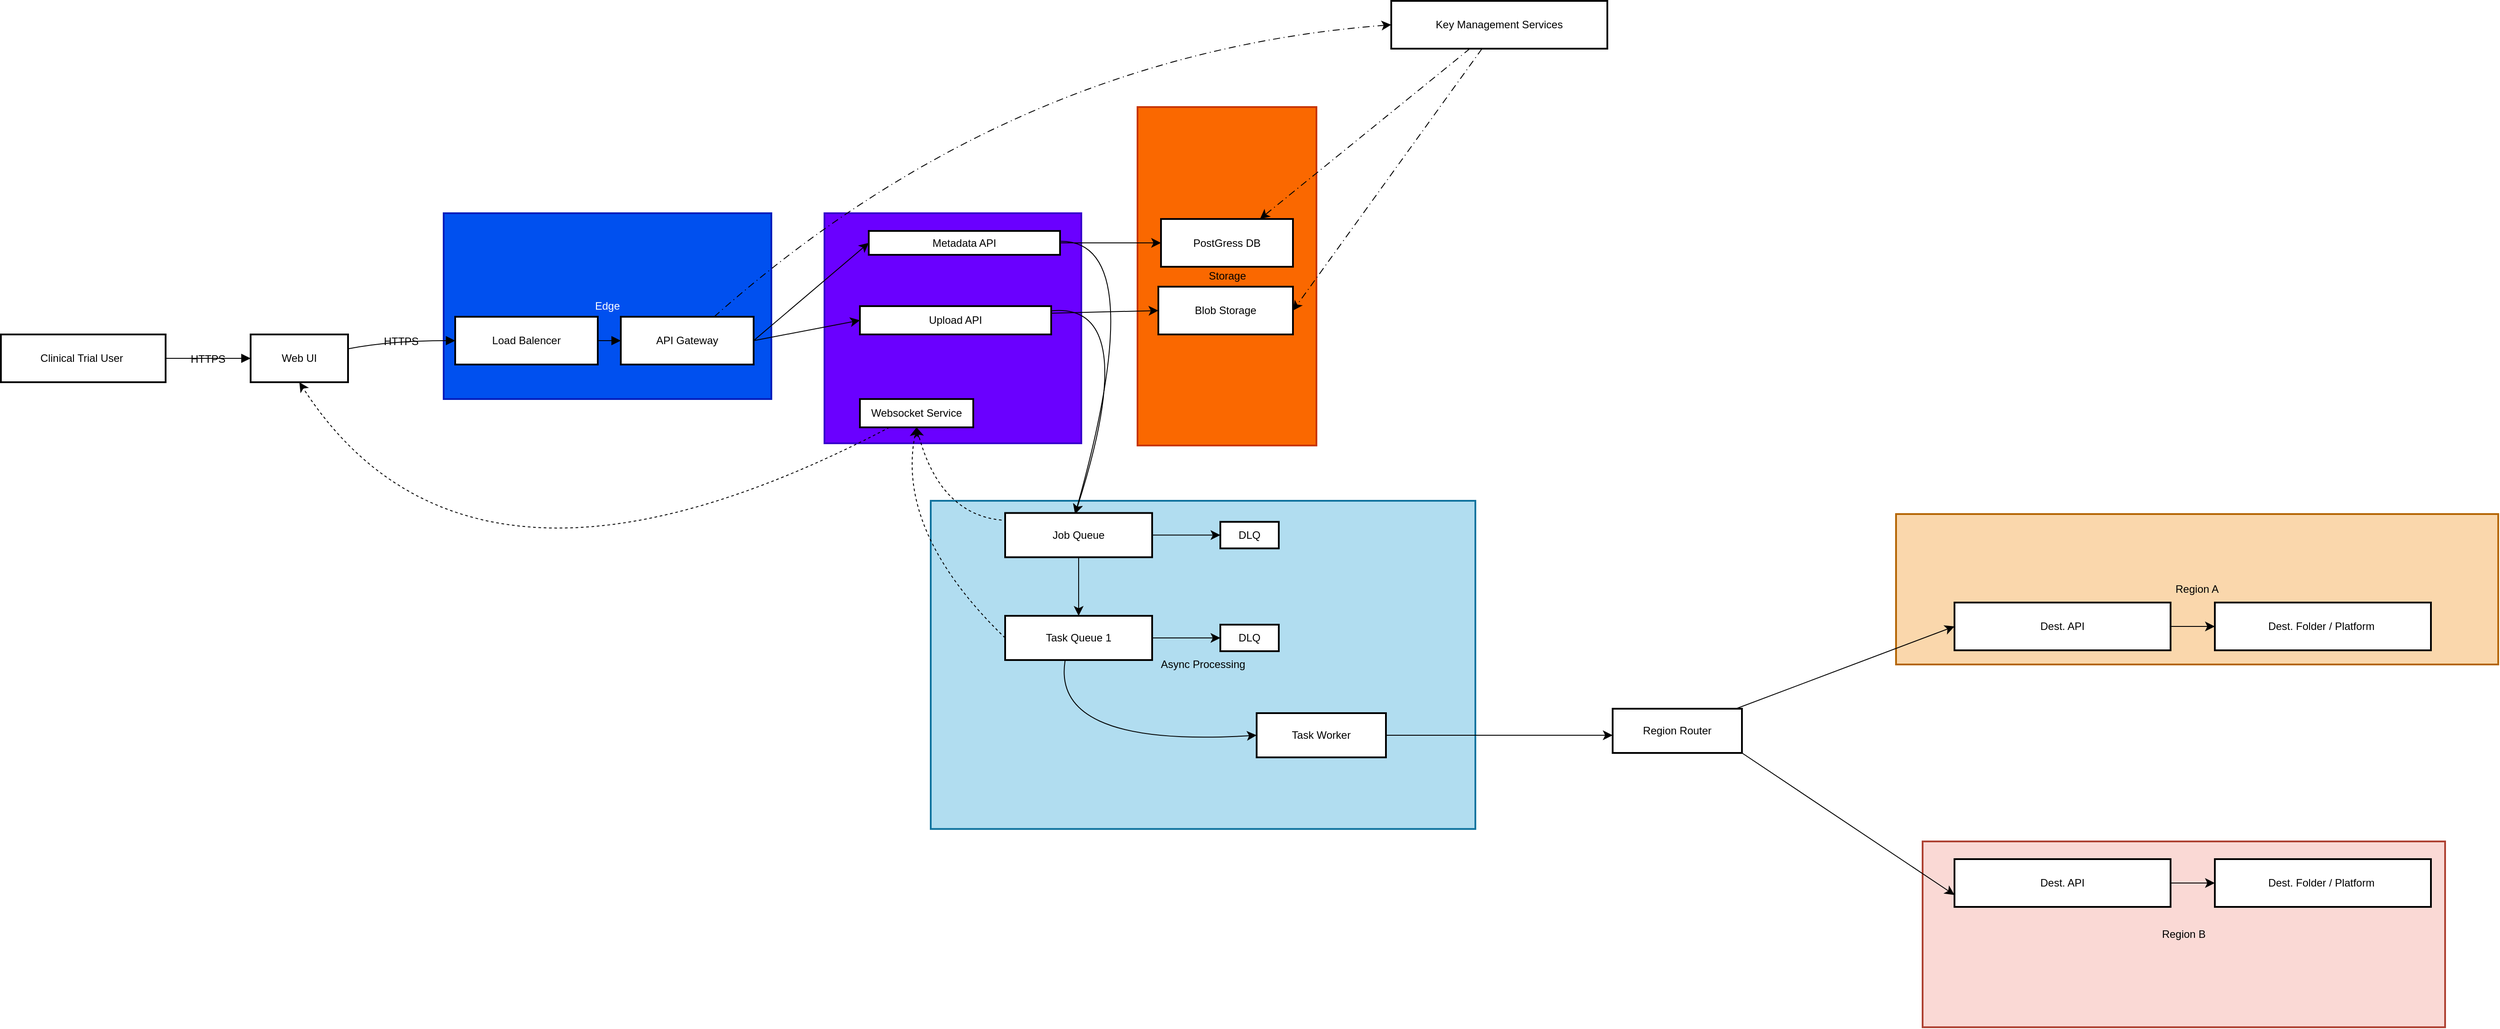
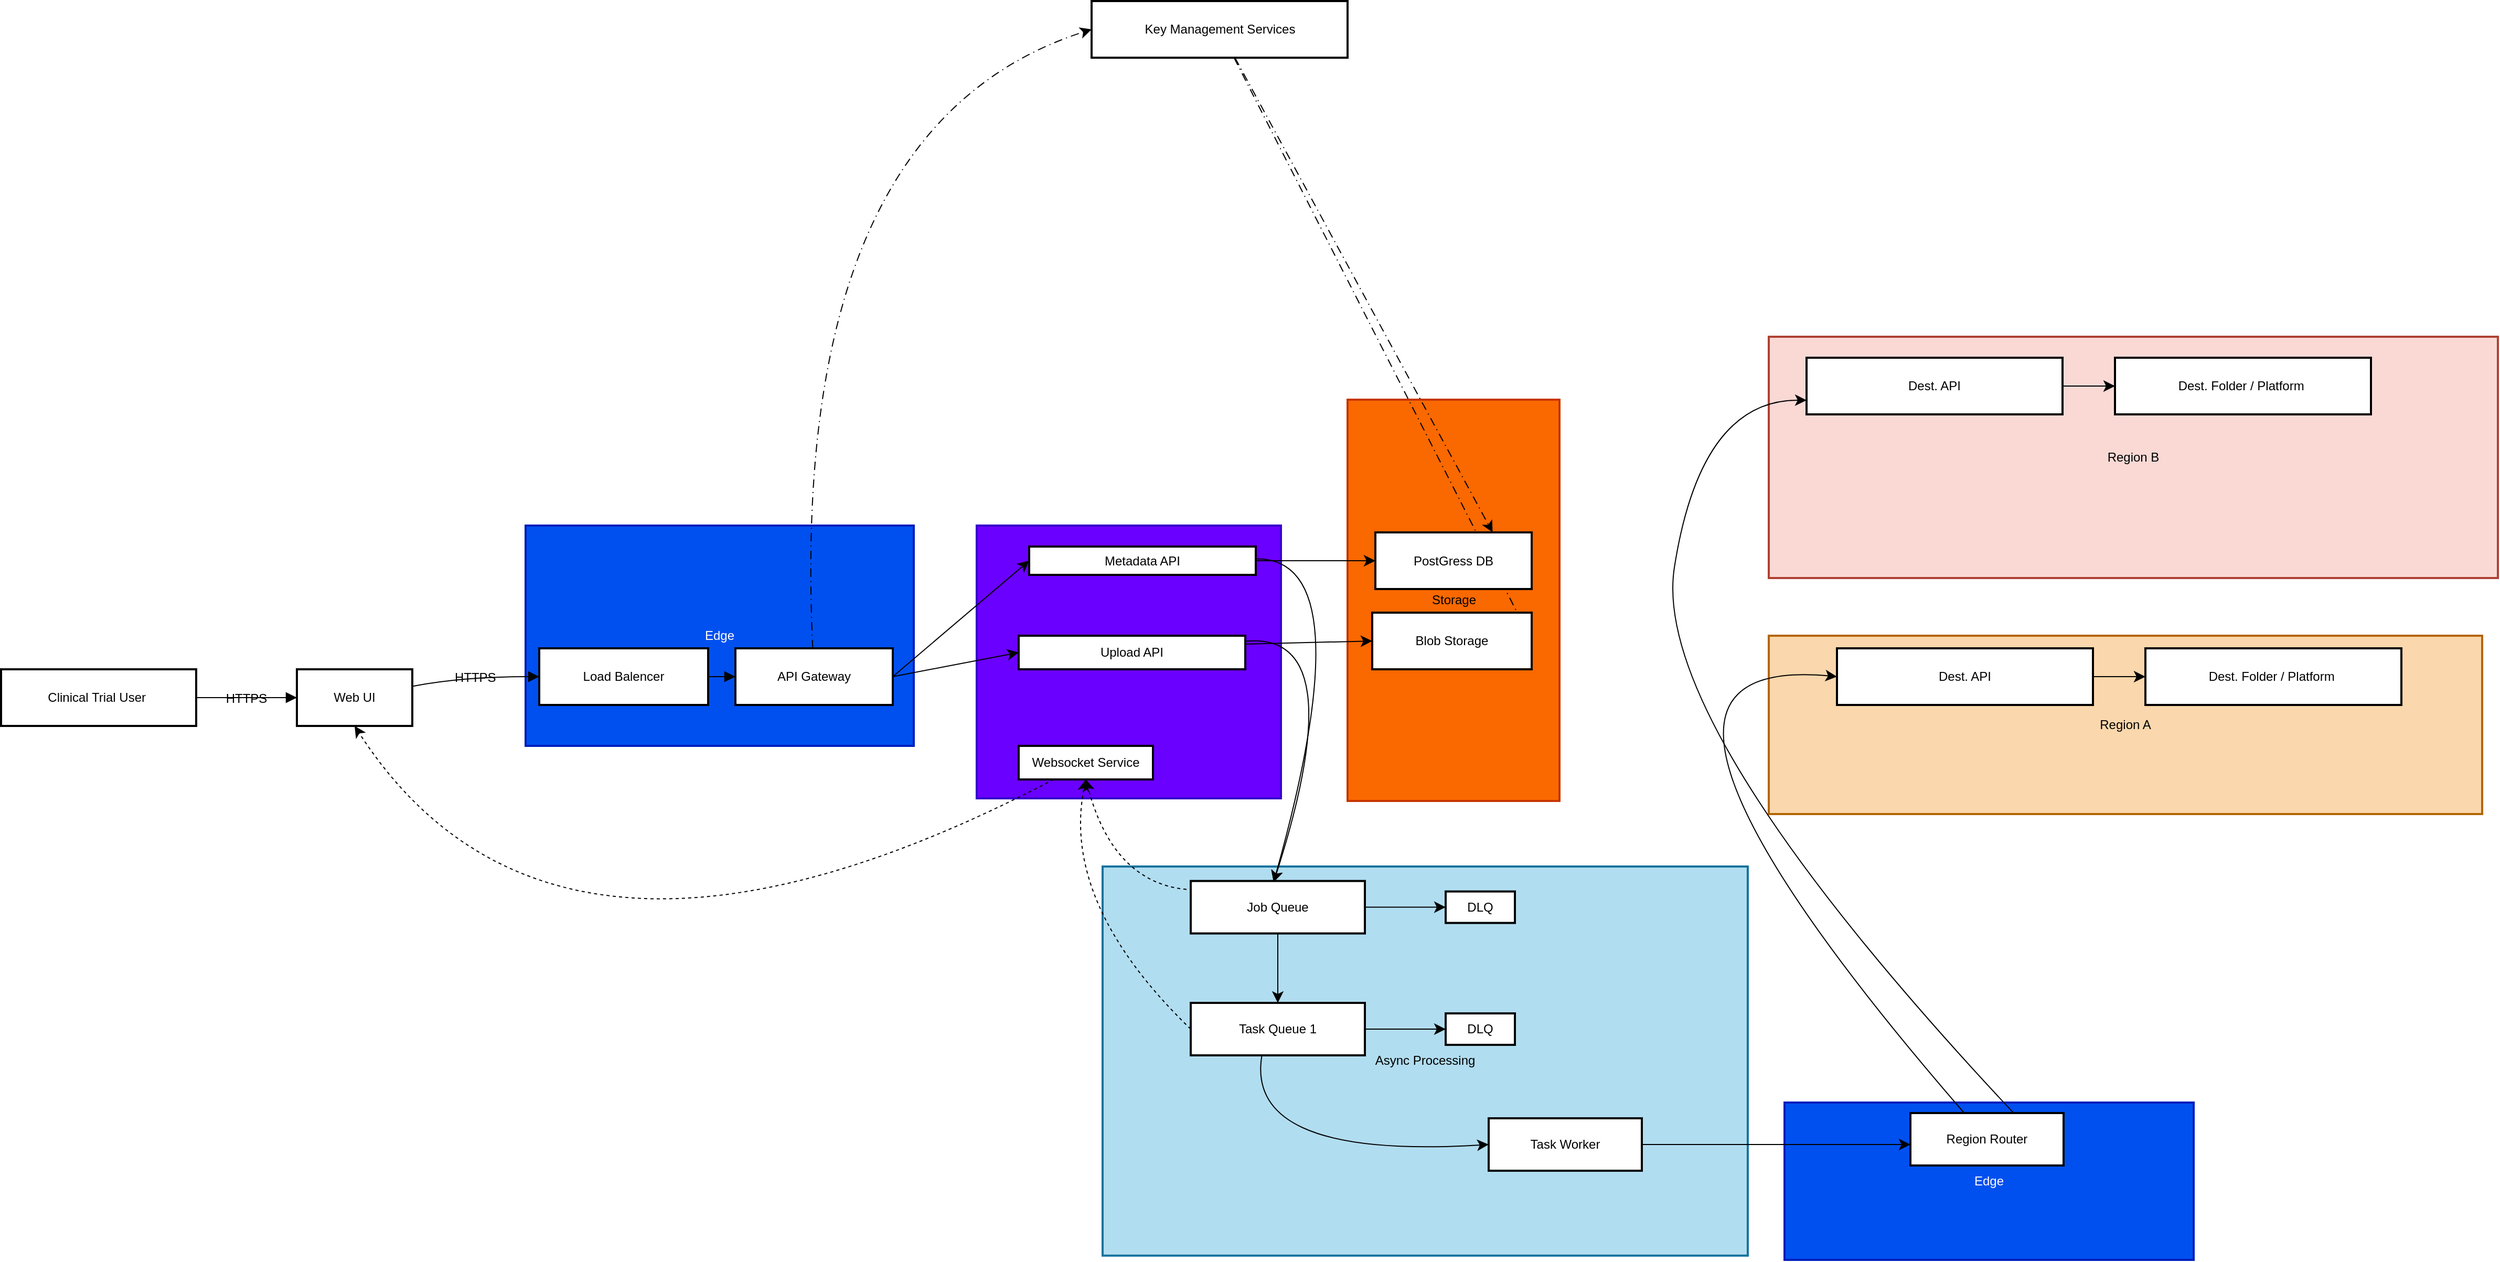
<mxfile host="app.diagrams.net">
  <diagram name="Overall-Diagram" id="Xauzskn0iYLa3f8TggF1">
-     <mxGraphModel dx="1900" dy="2161" grid="1" gridSize="10" guides="1" tooltips="1" connect="1" arrows="1" fold="1" page="1" pageScale="1" pageWidth="850" pageHeight="1100" background="none" math="0" shadow="0">
+     <mxGraphModel dx="1091" dy="1843" grid="1" gridSize="10" guides="1" tooltips="1" connect="1" arrows="1" fold="1" page="1" pageScale="1" pageWidth="850" pageHeight="1100" background="none" math="0" shadow="0">
      <root>
        <mxCell id="0" />
        <mxCell id="1" parent="0" />
+         <mxCell id="ZxT0anLmeUN1lRlBXtKW-56" parent="1" style="whiteSpace=wrap;strokeWidth=2;rounded=0;labelBackgroundColor=none;fillColor=#0050ef;fontColor=#ffffff;strokeColor=#001DBC;" value="Edge" vertex="1">
+           <mxGeometry height="150" width="390" x="1800" y="590" as="geometry" />
+         </mxCell>
        <mxCell id="tPvMw2njpGqdJi2HAjV1-28" parent="1" style="whiteSpace=wrap;strokeWidth=2;rounded=0;labelBackgroundColor=none;fillColor=#fad9d5;strokeColor=#ae4132;" value="Region B" vertex="1">
-           <mxGeometry height="210" width="590" x="2270" y="750" as="geometry" />
+           <mxGeometry height="230" width="695" x="1785" y="-140" as="geometry" />
        </mxCell>
        <mxCell id="tPvMw2njpGqdJi2HAjV1-27" parent="1" style="whiteSpace=wrap;strokeWidth=2;rounded=0;labelBackgroundColor=none;fillColor=#fad7ac;strokeColor=#b46504;" value="Region A" vertex="1">
-           <mxGeometry height="170" width="680" x="2240" y="380" as="geometry" />
+           <mxGeometry height="170" width="680" x="1785" y="145" as="geometry" />
        </mxCell>
        <mxCell id="LGeiLnGPZ_kJypGg9XhN-2" parent="1" style="whiteSpace=wrap;strokeWidth=2;rounded=0;labelBackgroundColor=none;fillColor=#b1ddf0;strokeColor=#10739e;aspect=fixed;" value="Async Processing" vertex="1">
          <mxGeometry height="370.92" width="614.97" x="1150" y="365" as="geometry" />
        </mxCell>
        <mxCell id="LGeiLnGPZ_kJypGg9XhN-4" parent="1" style="whiteSpace=wrap;strokeWidth=2;rounded=0;labelBackgroundColor=none;fillColor=#6a00ff;fontColor=#ffffff;strokeColor=#3700CC;" value="API Services" vertex="1">
          <mxGeometry height="260" width="290" x="1030" y="40" as="geometry" />
        </mxCell>
        <mxCell id="LGeiLnGPZ_kJypGg9XhN-3" parent="1" style="whiteSpace=wrap;strokeWidth=2;rounded=0;labelBackgroundColor=none;fillColor=#fa6800;fontColor=#000000;strokeColor=#C73500;" value="Storage" vertex="1">
          <mxGeometry height="382.5" width="202" x="1383.5" y="-80" as="geometry" />
        </mxCell>
        <mxCell id="LGeiLnGPZ_kJypGg9XhN-5" parent="1" style="whiteSpace=wrap;strokeWidth=2;rounded=0;labelBackgroundColor=none;fillColor=#0050ef;fontColor=#ffffff;strokeColor=#001DBC;" value="Edge" vertex="1">
          <mxGeometry height="210" width="370" x="600" y="40" as="geometry" />
        </mxCell>
        <mxCell id="LGeiLnGPZ_kJypGg9XhN-6" parent="1" style="whiteSpace=wrap;strokeWidth=2;rounded=0;labelBackgroundColor=none;" value="Clinical Trial User " vertex="1">
          <mxGeometry height="54" width="186" x="100" y="177" as="geometry" />
        </mxCell>
        <mxCell id="LGeiLnGPZ_kJypGg9XhN-7" parent="1" style="whiteSpace=wrap;strokeWidth=2;rounded=0;labelBackgroundColor=none;" value="Web UI" vertex="1">
          <mxGeometry height="54" width="110" x="382" y="177" as="geometry" />
        </mxCell>
        <mxCell id="LGeiLnGPZ_kJypGg9XhN-8" parent="1" style="whiteSpace=wrap;strokeWidth=2;rounded=0;labelBackgroundColor=none;" value="Load Balencer" vertex="1">
          <mxGeometry height="54" width="161" x="613" y="157" as="geometry" />
        </mxCell>
        <mxCell id="ijDLy2rUQYNMrnhEq9o_-15" edge="1" parent="1" source="LGeiLnGPZ_kJypGg9XhN-9" style="edgeStyle=none;curved=1;rounded=0;orthogonalLoop=1;jettySize=auto;html=1;fontSize=12;startSize=8;endSize=8;entryX=0;entryY=0.5;entryDx=0;entryDy=0;labelBackgroundColor=none;fontColor=default;exitX=1;exitY=0.5;exitDx=0;exitDy=0;" target="LGeiLnGPZ_kJypGg9XhN-10">
          <mxGeometry relative="1" as="geometry">
            <mxPoint x="1059.9999999999998" y="229.99999999999977" as="targetPoint" />
          </mxGeometry>
        </mxCell>
        <mxCell id="ijDLy2rUQYNMrnhEq9o_-17" edge="1" parent="1" source="LGeiLnGPZ_kJypGg9XhN-9" style="edgeStyle=none;curved=1;rounded=0;orthogonalLoop=1;jettySize=auto;html=1;entryX=0;entryY=0.5;entryDx=0;entryDy=0;fontSize=12;startSize=8;endSize=8;exitX=1;exitY=0.5;exitDx=0;exitDy=0;" target="LGeiLnGPZ_kJypGg9XhN-11">
          <mxGeometry relative="1" as="geometry">
            <mxPoint x="960" y="190" as="sourcePoint" />
          </mxGeometry>
        </mxCell>
        <mxCell id="tPvMw2njpGqdJi2HAjV1-17" edge="1" parent="1" source="LGeiLnGPZ_kJypGg9XhN-9" style="edgeStyle=none;curved=1;rounded=0;orthogonalLoop=1;jettySize=auto;html=1;entryX=0;entryY=0.5;entryDx=0;entryDy=0;fontSize=12;startSize=8;endSize=8;dashed=1;dashPattern=8 4 1 4;" target="LGeiLnGPZ_kJypGg9XhN-20">
          <mxGeometry relative="1" as="geometry">
            <Array as="points">
-               <mxPoint x="1240" y="-140" />
+               <mxPoint x="850" y="-340" />
            </Array>
          </mxGeometry>
        </mxCell>
        <mxCell id="LGeiLnGPZ_kJypGg9XhN-9" parent="1" style="whiteSpace=wrap;strokeWidth=2;rounded=0;labelBackgroundColor=none;" value="API Gateway" vertex="1">
          <mxGeometry height="54" width="150" x="800" y="157" as="geometry" />
        </mxCell>
        <mxCell id="ijDLy2rUQYNMrnhEq9o_-19" edge="1" parent="1" source="LGeiLnGPZ_kJypGg9XhN-10" style="edgeStyle=none;curved=1;rounded=0;orthogonalLoop=1;jettySize=auto;html=1;entryX=0;entryY=0.5;entryDx=0;entryDy=0;fontSize=12;startSize=8;endSize=8;exitX=1;exitY=0.5;exitDx=0;exitDy=0;" target="LGeiLnGPZ_kJypGg9XhN-12">
          <mxGeometry relative="1" as="geometry" />
        </mxCell>
        <mxCell id="ZxT0anLmeUN1lRlBXtKW-1" edge="1" parent="1" source="LGeiLnGPZ_kJypGg9XhN-10" style="edgeStyle=none;curved=1;rounded=0;orthogonalLoop=1;jettySize=auto;html=1;entryX=0.5;entryY=0;entryDx=0;entryDy=0;fontSize=12;startSize=8;endSize=8;">
          <mxGeometry relative="1" as="geometry">
            <Array as="points">
              <mxPoint x="1400" y="70" />
            </Array>
            <mxPoint x="1313" y="380" as="targetPoint" />
          </mxGeometry>
        </mxCell>
        <mxCell id="LGeiLnGPZ_kJypGg9XhN-10" parent="1" style="whiteSpace=wrap;strokeWidth=2;rounded=0;labelBackgroundColor=none;" value="Metadata API" vertex="1">
          <mxGeometry height="27" width="216" x="1080" y="60" as="geometry" />
        </mxCell>
        <mxCell id="ijDLy2rUQYNMrnhEq9o_-12" edge="1" parent="1" source="LGeiLnGPZ_kJypGg9XhN-11" style="edgeStyle=none;curved=1;rounded=0;orthogonalLoop=1;jettySize=auto;html=1;entryX=0;entryY=0.5;entryDx=0;entryDy=0;fontSize=12;startSize=8;endSize=8;exitX=1;exitY=0.25;exitDx=0;exitDy=0;labelBackgroundColor=none;fontColor=default;" target="LGeiLnGPZ_kJypGg9XhN-13">
          <mxGeometry relative="1" as="geometry" />
        </mxCell>
        <mxCell id="ZxT0anLmeUN1lRlBXtKW-2" edge="1" parent="1" source="LGeiLnGPZ_kJypGg9XhN-11" style="edgeStyle=none;curved=1;rounded=0;orthogonalLoop=1;jettySize=auto;html=1;entryX=0.5;entryY=0;entryDx=0;entryDy=0;fontSize=12;startSize=8;endSize=8;">
          <mxGeometry relative="1" as="geometry">
            <Array as="points">
              <mxPoint x="1390" y="140" />
            </Array>
            <mxPoint x="1313" y="380" as="targetPoint" />
          </mxGeometry>
        </mxCell>
        <mxCell id="LGeiLnGPZ_kJypGg9XhN-11" parent="1" style="whiteSpace=wrap;strokeWidth=2;rounded=0;labelBackgroundColor=none;" value="Upload API" vertex="1">
          <mxGeometry height="32" width="216" x="1070" y="145" as="geometry" />
        </mxCell>
        <mxCell id="tPvMw2njpGqdJi2HAjV1-2" edge="1" parent="1" style="edgeStyle=none;curved=1;rounded=0;orthogonalLoop=1;jettySize=auto;html=1;fontSize=12;startSize=8;endSize=8;entryX=0.5;entryY=1;entryDx=0;entryDy=0;dashed=1;" target="LGeiLnGPZ_kJypGg9XhN-18">
          <mxGeometry relative="1" as="geometry">
            <Array as="points">
              <mxPoint x="1160" y="380" />
            </Array>
            <mxPoint x="1230" y="386.8627450980389" as="sourcePoint" />
            <mxPoint x="1150" y="490" as="targetPoint" />
          </mxGeometry>
        </mxCell>
        <mxCell id="tPvMw2njpGqdJi2HAjV1-30" edge="1" parent="1" source="ZxT0anLmeUN1lRlBXtKW-4" style="edgeStyle=none;curved=1;rounded=0;orthogonalLoop=1;jettySize=auto;html=1;entryX=0.5;entryY=1;entryDx=0;entryDy=0;fontSize=12;startSize=8;endSize=8;dashed=1;exitX=0;exitY=0.5;exitDx=0;exitDy=0;" target="LGeiLnGPZ_kJypGg9XhN-18">
          <mxGeometry relative="1" as="geometry">
            <Array as="points">
              <mxPoint x="1110" y="400" />
            </Array>
            <mxPoint x="1274.6623376623374" y="462" as="sourcePoint" />
          </mxGeometry>
        </mxCell>
        <mxCell id="tPvMw2njpGqdJi2HAjV1-18" edge="1" parent="1" source="LGeiLnGPZ_kJypGg9XhN-20" style="edgeStyle=none;curved=1;rounded=0;orthogonalLoop=1;jettySize=auto;html=1;entryX=0.75;entryY=0;entryDx=0;entryDy=0;fontSize=12;startSize=8;endSize=8;dashed=1;dashPattern=8 4 1 4;" target="LGeiLnGPZ_kJypGg9XhN-12">
          <mxGeometry relative="1" as="geometry" />
        </mxCell>
        <mxCell id="tPvMw2njpGqdJi2HAjV1-19" edge="1" parent="1" source="LGeiLnGPZ_kJypGg9XhN-20" style="edgeStyle=none;curved=1;rounded=0;orthogonalLoop=1;jettySize=auto;html=1;entryX=1;entryY=0.5;entryDx=0;entryDy=0;fontSize=12;startSize=8;endSize=8;dashed=1;dashPattern=8 4 1 4;" target="LGeiLnGPZ_kJypGg9XhN-13">
          <mxGeometry relative="1" as="geometry" />
        </mxCell>
        <mxCell id="LGeiLnGPZ_kJypGg9XhN-20" parent="1" style="whiteSpace=wrap;strokeWidth=2;rounded=0;labelBackgroundColor=none;" value="Key Management Services" vertex="1">
-           <mxGeometry height="54" width="244" x="1670" y="-200" as="geometry" />
+           <mxGeometry height="54" width="244" x="1139.5" y="-460" as="geometry" />
        </mxCell>
        <mxCell id="LGeiLnGPZ_kJypGg9XhN-23" edge="1" parent="1" source="LGeiLnGPZ_kJypGg9XhN-6" style="curved=1;startArrow=none;endArrow=block;exitX=1;exitY=0.5;entryX=0;entryY=0.5;rounded=0;fontSize=12;startSize=8;endSize=8;labelBackgroundColor=none;fontColor=default;" target="LGeiLnGPZ_kJypGg9XhN-7" value="HTTPS">
          <mxGeometry relative="1" as="geometry">
            <Array as="points" />
          </mxGeometry>
        </mxCell>
        <mxCell id="LGeiLnGPZ_kJypGg9XhN-24" edge="1" parent="1" source="LGeiLnGPZ_kJypGg9XhN-7" style="curved=1;startArrow=none;endArrow=block;exitX=1;exitY=0.3;entryX=0;entryY=0.5;rounded=0;fontSize=12;startSize=8;endSize=8;labelBackgroundColor=none;fontColor=default;" target="LGeiLnGPZ_kJypGg9XhN-8" value="HTTPS">
          <mxGeometry relative="1" as="geometry">
            <Array as="points">
              <mxPoint x="540" y="184" />
            </Array>
          </mxGeometry>
        </mxCell>
        <mxCell id="LGeiLnGPZ_kJypGg9XhN-35" edge="1" parent="1" source="LGeiLnGPZ_kJypGg9XhN-8" style="curved=1;startArrow=none;endArrow=block;exitX=1;exitY=0.5;entryX=0;entryY=0.5;rounded=0;fontSize=12;startSize=8;endSize=8;labelBackgroundColor=none;fontColor=default;" target="LGeiLnGPZ_kJypGg9XhN-9" value="">
          <mxGeometry relative="1" as="geometry">
            <Array as="points" />
          </mxGeometry>
        </mxCell>
        <mxCell id="tPvMw2njpGqdJi2HAjV1-29" edge="1" parent="1" source="LGeiLnGPZ_kJypGg9XhN-18" style="edgeStyle=none;curved=1;rounded=0;orthogonalLoop=1;jettySize=auto;html=1;entryX=0.5;entryY=1;entryDx=0;entryDy=0;fontSize=12;startSize=8;endSize=8;dashed=1;" target="LGeiLnGPZ_kJypGg9XhN-7">
          <mxGeometry relative="1" as="geometry">
            <Array as="points">
              <mxPoint x="630" y="530" />
            </Array>
          </mxGeometry>
        </mxCell>
        <mxCell id="LGeiLnGPZ_kJypGg9XhN-18" parent="1" style="whiteSpace=wrap;strokeWidth=2;rounded=0;labelBackgroundColor=none;" value="Websocket Service" vertex="1">
          <mxGeometry height="32" width="128" x="1070" y="250" as="geometry" />
        </mxCell>
        <mxCell id="LGeiLnGPZ_kJypGg9XhN-13" parent="1" style="whiteSpace=wrap;strokeWidth=2;rounded=0;labelBackgroundColor=none;" value="Blob Storage" vertex="1">
          <mxGeometry height="54" width="152" x="1407" y="123" as="geometry" />
        </mxCell>
        <mxCell id="LGeiLnGPZ_kJypGg9XhN-12" parent="1" style="whiteSpace=wrap;strokeWidth=2;rounded=0;labelBackgroundColor=none;" value="PostGress DB" vertex="1">
          <mxGeometry height="54" width="149" x="1410" y="46.5" as="geometry" />
        </mxCell>
        <mxCell id="tPvMw2njpGqdJi2HAjV1-12" edge="1" parent="1" source="tPvMw2njpGqdJi2HAjV1-6" style="edgeStyle=none;curved=1;rounded=0;orthogonalLoop=1;jettySize=auto;html=1;entryX=0;entryY=0.5;entryDx=0;entryDy=0;fontSize=12;startSize=8;endSize=8;" target="tPvMw2njpGqdJi2HAjV1-8">
-           <mxGeometry relative="1" as="geometry" />
+           <mxGeometry relative="1" as="geometry">
+             <Array as="points">
+               <mxPoint x="1590" y="160" />
+             </Array>
+           </mxGeometry>
        </mxCell>
        <mxCell id="tPvMw2njpGqdJi2HAjV1-13" edge="1" parent="1" source="tPvMw2njpGqdJi2HAjV1-6" style="edgeStyle=none;curved=1;rounded=0;orthogonalLoop=1;jettySize=auto;html=1;entryX=0;entryY=0.75;entryDx=0;entryDy=0;fontSize=12;startSize=8;endSize=8;exitX=1;exitY=1;exitDx=0;exitDy=0;" target="tPvMw2njpGqdJi2HAjV1-10">
          <mxGeometry relative="1" as="geometry">
+             <Array as="points">
+               <mxPoint x="1670" y="240" />
+               <mxPoint x="1720" y="-80" />
+             </Array>
            <mxPoint x="2070" y="660" as="sourcePoint" />
          </mxGeometry>
        </mxCell>
        <mxCell id="tPvMw2njpGqdJi2HAjV1-6" parent="1" style="whiteSpace=wrap;strokeWidth=2;rounded=0;labelBackgroundColor=none;" value="Region Router" vertex="1">
          <mxGeometry height="50" width="146" x="1920" y="600" as="geometry" />
        </mxCell>
        <mxCell id="tPvMw2njpGqdJi2HAjV1-7" parent="1" style="whiteSpace=wrap;strokeWidth=2;rounded=0;labelBackgroundColor=none;" value="Dest. Folder / Platform " vertex="1">
-           <mxGeometry height="54" width="244" x="2600" y="480" as="geometry" />
+           <mxGeometry height="54" width="244" x="2144" y="157" as="geometry" />
        </mxCell>
        <mxCell id="tPvMw2njpGqdJi2HAjV1-15" edge="1" parent="1" source="tPvMw2njpGqdJi2HAjV1-8" style="edgeStyle=none;curved=1;rounded=0;orthogonalLoop=1;jettySize=auto;html=1;fontSize=12;startSize=8;endSize=8;" target="tPvMw2njpGqdJi2HAjV1-7" value="">
          <mxGeometry relative="1" as="geometry" />
        </mxCell>
        <mxCell id="tPvMw2njpGqdJi2HAjV1-8" parent="1" style="whiteSpace=wrap;strokeWidth=2;rounded=0;labelBackgroundColor=none;" value="Dest. API" vertex="1">
-           <mxGeometry height="54" width="244" x="2306" y="480" as="geometry" />
+           <mxGeometry height="54" width="244" x="1850" y="157" as="geometry" />
        </mxCell>
        <mxCell id="tPvMw2njpGqdJi2HAjV1-9" parent="1" style="whiteSpace=wrap;strokeWidth=2;rounded=0;labelBackgroundColor=none;" value="Dest. Folder / Platform " vertex="1">
-           <mxGeometry height="54" width="244" x="2600" y="770" as="geometry" />
+           <mxGeometry height="54" width="244" x="2115" y="-120" as="geometry" />
        </mxCell>
        <mxCell id="tPvMw2njpGqdJi2HAjV1-16" edge="1" parent="1" source="tPvMw2njpGqdJi2HAjV1-10" style="edgeStyle=none;curved=1;rounded=0;orthogonalLoop=1;jettySize=auto;html=1;fontSize=12;startSize=8;endSize=8;" target="tPvMw2njpGqdJi2HAjV1-9" value="">
          <mxGeometry relative="1" as="geometry" />
        </mxCell>
        <mxCell id="tPvMw2njpGqdJi2HAjV1-10" parent="1" style="whiteSpace=wrap;strokeWidth=2;rounded=0;labelBackgroundColor=none;" value="Dest. API" vertex="1">
-           <mxGeometry height="54" width="244" x="2306" y="770" as="geometry" />
+           <mxGeometry height="54" width="244" x="1821" y="-120" as="geometry" />
        </mxCell>
        <mxCell id="ZxT0anLmeUN1lRlBXtKW-5" edge="1" parent="1" source="ZxT0anLmeUN1lRlBXtKW-3" style="edgeStyle=none;curved=1;rounded=0;orthogonalLoop=1;jettySize=auto;html=1;fontSize=12;startSize=8;endSize=8;" target="ZxT0anLmeUN1lRlBXtKW-4" value="">
          <mxGeometry relative="1" as="geometry" />
        </mxCell>
        <mxCell id="ZxT0anLmeUN1lRlBXtKW-52" edge="1" parent="1" source="ZxT0anLmeUN1lRlBXtKW-3" style="edgeStyle=none;curved=1;rounded=0;orthogonalLoop=1;jettySize=auto;html=1;fontSize=12;startSize=8;endSize=8;" target="ZxT0anLmeUN1lRlBXtKW-9" value="">
          <mxGeometry relative="1" as="geometry" />
        </mxCell>
        <mxCell id="ZxT0anLmeUN1lRlBXtKW-3" parent="1" style="whiteSpace=wrap;strokeWidth=2;rounded=0;labelBackgroundColor=none;" value="Job Queue" vertex="1">
          <mxGeometry height="50" width="166" x="1234" y="378.79999999999995" as="geometry" />
        </mxCell>
        <mxCell id="ZxT0anLmeUN1lRlBXtKW-21" edge="1" parent="1" source="ZxT0anLmeUN1lRlBXtKW-4" style="edgeStyle=none;curved=1;rounded=0;orthogonalLoop=1;jettySize=auto;html=1;fontSize=12;startSize=8;endSize=8;" target="ZxT0anLmeUN1lRlBXtKW-11" value="">
          <mxGeometry relative="1" as="geometry" />
        </mxCell>
        <mxCell id="ZxT0anLmeUN1lRlBXtKW-54" edge="1" parent="1" source="ZxT0anLmeUN1lRlBXtKW-4" style="edgeStyle=none;curved=1;rounded=0;orthogonalLoop=1;jettySize=auto;html=1;entryX=0;entryY=0.5;entryDx=0;entryDy=0;fontSize=12;startSize=8;endSize=8;exitX=0.422;exitY=0.8;exitDx=0;exitDy=0;exitPerimeter=0;" target="ZxT0anLmeUN1lRlBXtKW-53">
          <mxGeometry relative="1" as="geometry">
            <Array as="points">
              <mxPoint x="1274" y="645" />
            </Array>
          </mxGeometry>
        </mxCell>
        <mxCell id="ZxT0anLmeUN1lRlBXtKW-4" parent="1" style="whiteSpace=wrap;strokeWidth=2;rounded=0;labelBackgroundColor=none;" value="Task Queue 1" vertex="1">
          <mxGeometry height="50" width="166" x="1234" y="495" as="geometry" />
        </mxCell>
        <mxCell id="ZxT0anLmeUN1lRlBXtKW-9" parent="1" style="whiteSpace=wrap;strokeWidth=2;rounded=0;labelBackgroundColor=none;" value="DLQ" vertex="1">
          <mxGeometry height="30" width="66" x="1477" y="388.79999999999995" as="geometry" />
        </mxCell>
        <mxCell id="ZxT0anLmeUN1lRlBXtKW-11" parent="1" style="whiteSpace=wrap;strokeWidth=2;rounded=0;labelBackgroundColor=none;" value="DLQ" vertex="1">
          <mxGeometry height="30" width="66" x="1477" y="505" as="geometry" />
        </mxCell>
        <mxCell id="ZxT0anLmeUN1lRlBXtKW-55" edge="1" parent="1" source="ZxT0anLmeUN1lRlBXtKW-53" style="edgeStyle=none;curved=1;rounded=0;orthogonalLoop=1;jettySize=auto;html=1;fontSize=12;startSize=8;endSize=8;">
          <mxGeometry relative="1" as="geometry">
            <mxPoint x="1920.0000000000005" y="630" as="targetPoint" />
          </mxGeometry>
        </mxCell>
        <mxCell id="ZxT0anLmeUN1lRlBXtKW-53" parent="1" style="whiteSpace=wrap;strokeWidth=2;rounded=0;labelBackgroundColor=none;" value="Task Worker" vertex="1">
          <mxGeometry height="50" width="146" x="1518" y="605" as="geometry" />
        </mxCell>
      </root>
    </mxGraphModel>
  </diagram>
</mxfile>
